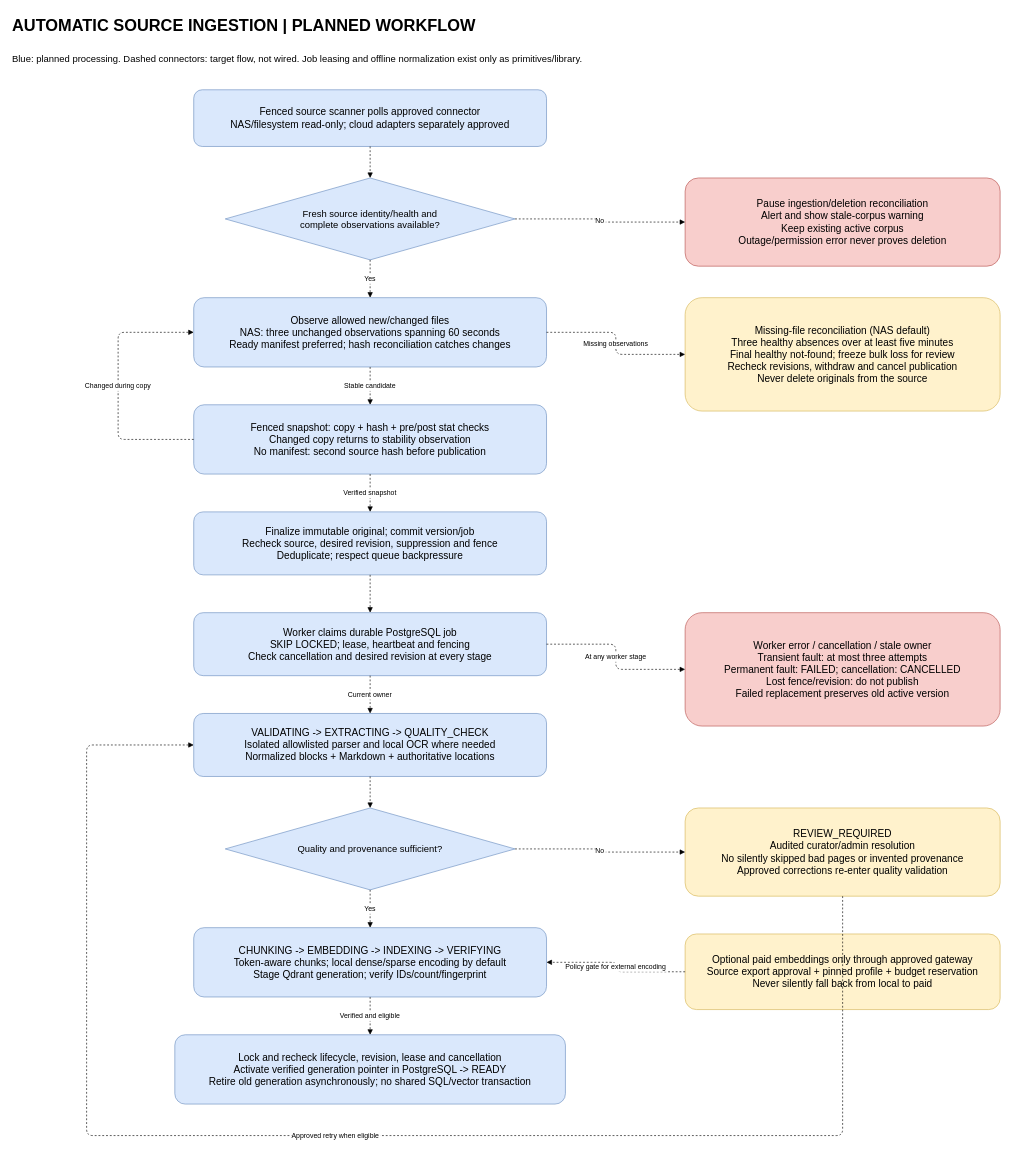
The draw.io diagram page "2 - Automatic Ingestion (Planned)" (2 of 3) of Flows.drawio in mhasan2050/archers, before the edit. Source tidied: cells renumbered, new cells numbered last; positions are measured from the earlier drawing's top-left corner, leaving out a move shared by most shapes. Both pictures are drawn from the tidied source at 63%, with x=0, y=0 at pixel (11, 11).
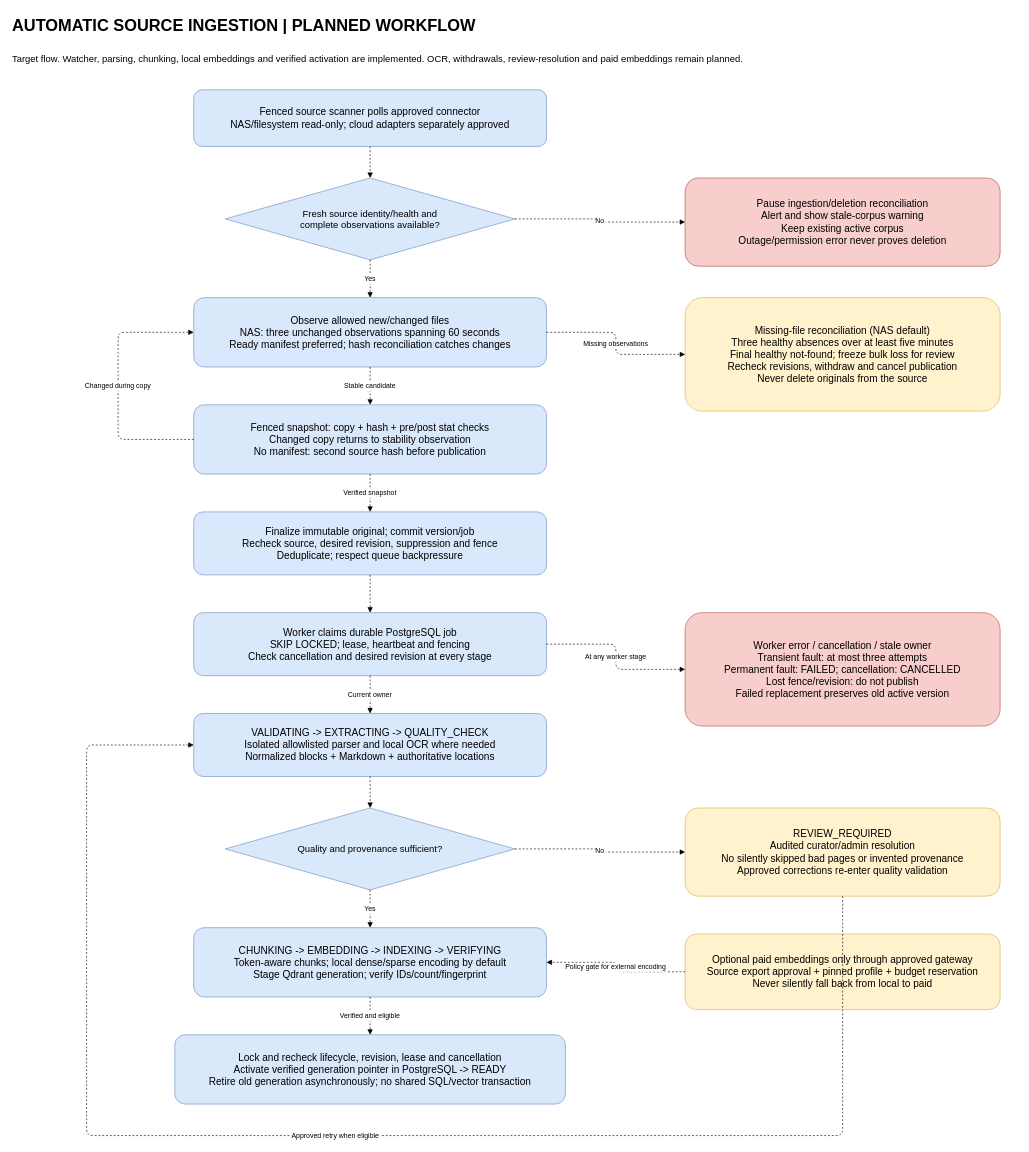
After the change.

Change to the diagram source:
```diff
@@
-    <mxCell id="3" value="Blue: planned processing. Dashed connectors: target flow, not wired. Job leasing and offline normalization exist only as primitives/library." style="text;html=0;fontSize=15;align=left;" parent="1" vertex="1">
+    <mxCell id="3" value="Target flow. Watcher, parsing, chunking, local embeddings and verified activation are implemented. OCR, withdrawals, review-resolution and paid embeddings remain planned." style="text;html=0;fontSize=15;align=left;" parent="1" vertex="1">
       <mxGeometry y="60" width="1600" height="50" as="geometry" />
     </mxCell>
```
